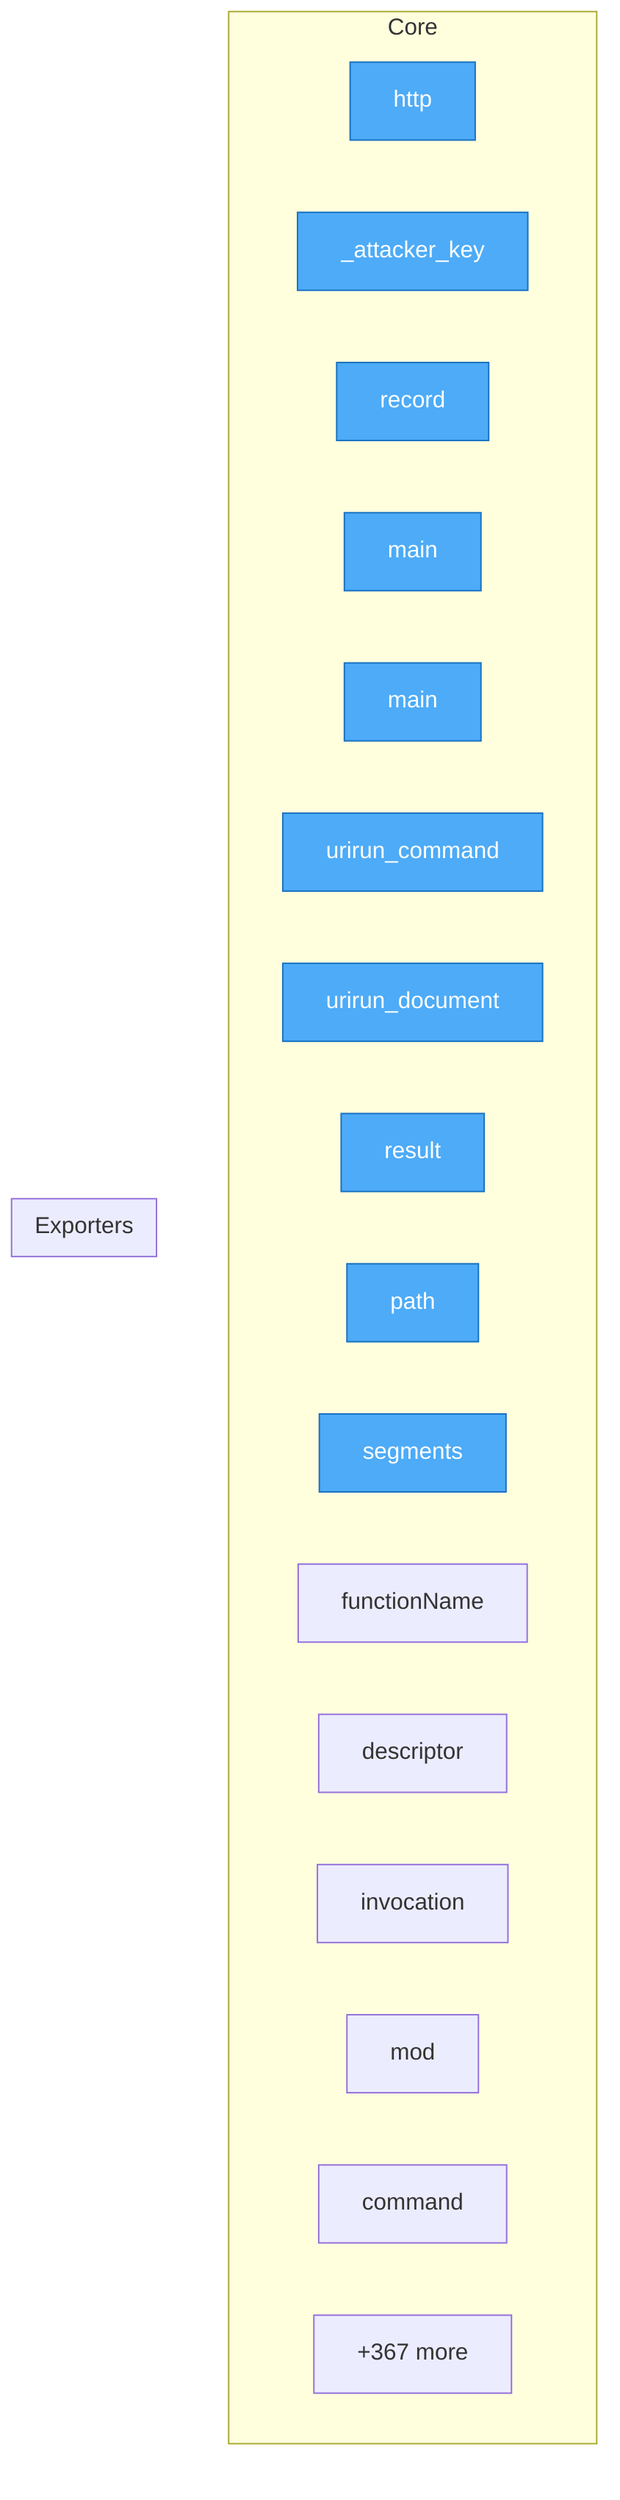
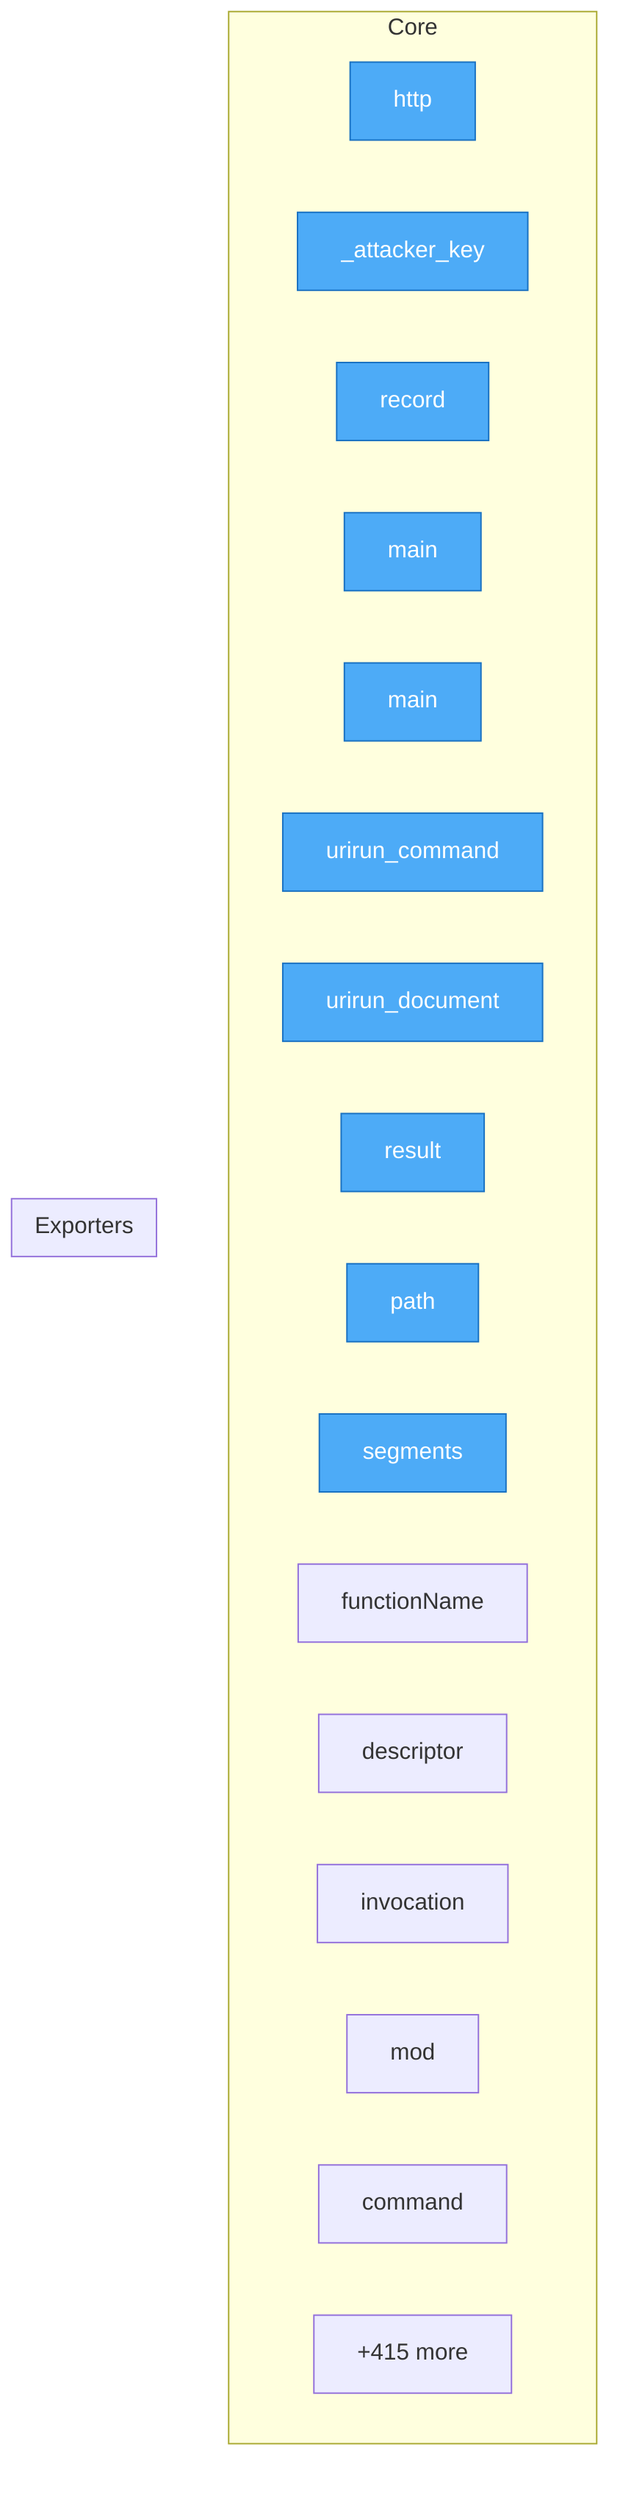
flowchart TD
%% generated in 0.02s

    %% Entry points (blue)
    classDef entry fill:#4dabf7,stroke:#1971c2,color:#fff

    subgraph Core
        security__mesh_probe__probe__http["http"]
        security__mesh_probe__probe___attacker_key["_attacker_key"]
        security__mesh_probe__probe__record["record"]
        adapters__conformance__main["main"]
        adapters__new_connector__main["main"]
        adapters__bash__urirun__urirun_command["urirun_command"]
        adapters__bash__urirun__urirun_document["urirun_document"]
        adapters__js__index__test__result["result"]
        adapters__js__path["path"]
        adapters__js__segments["segments"]
        adapters__js__functionName["functionName"]
        adapters__js__descriptor["descriptor"]
        adapters__js__invocation["invocation"]
        adapters__js__mod["mod"]
        adapters__java__Urirun__Urirun__command["command"]
-         ...["+367 more"]
+         ...["+415 more"]
    end

    subgraph Exporters
    end

    class security__mesh_probe__probe__http,security__mesh_probe__probe___attacker_key,security__mesh_probe__probe__record,adapters__conformance__main,adapters__new_connector__main,adapters__bash__urirun__urirun_command,adapters__bash__urirun__urirun_document,adapters__js__index__test__result,adapters__js__path,adapters__js__segments entry
